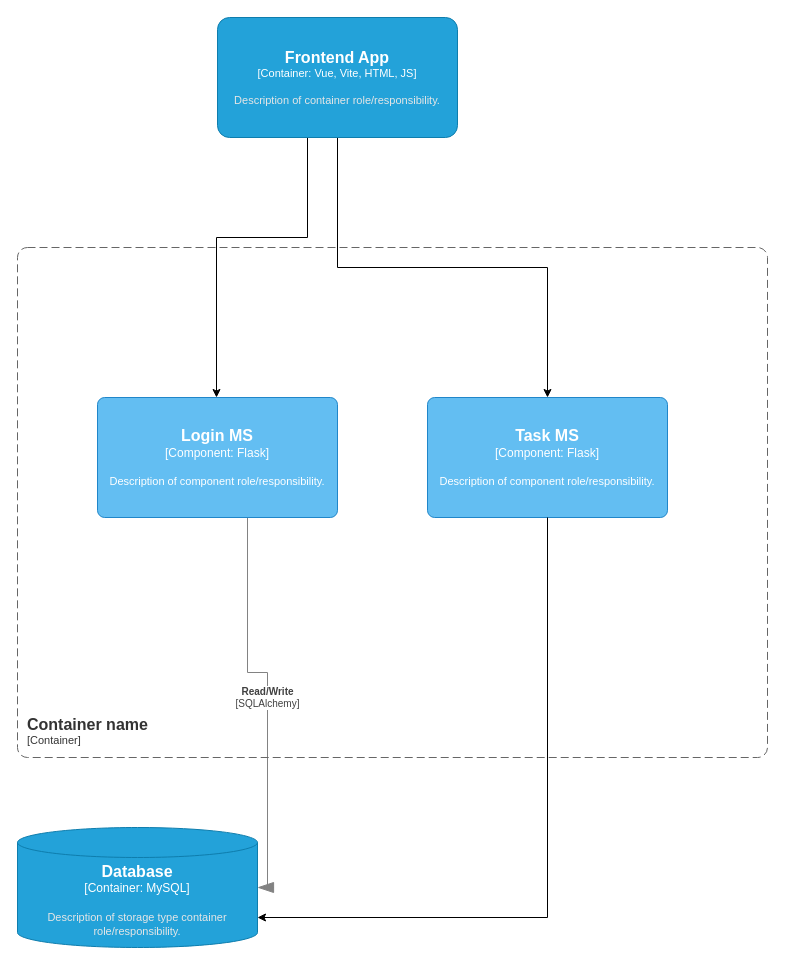
This is page "C3" (3 of 4) of C4.drawio from casecasee/SPM-G8T5, a draw.io file, before an edit. Source tidied: cells renumbered, new cells numbered last; positions are measured from the earlier drawing's top-left corner, leaving out a move shared by most shapes. Both pictures are drawn from the tidied source at 100%, with x=0, y=0 at pixel (17, 17).
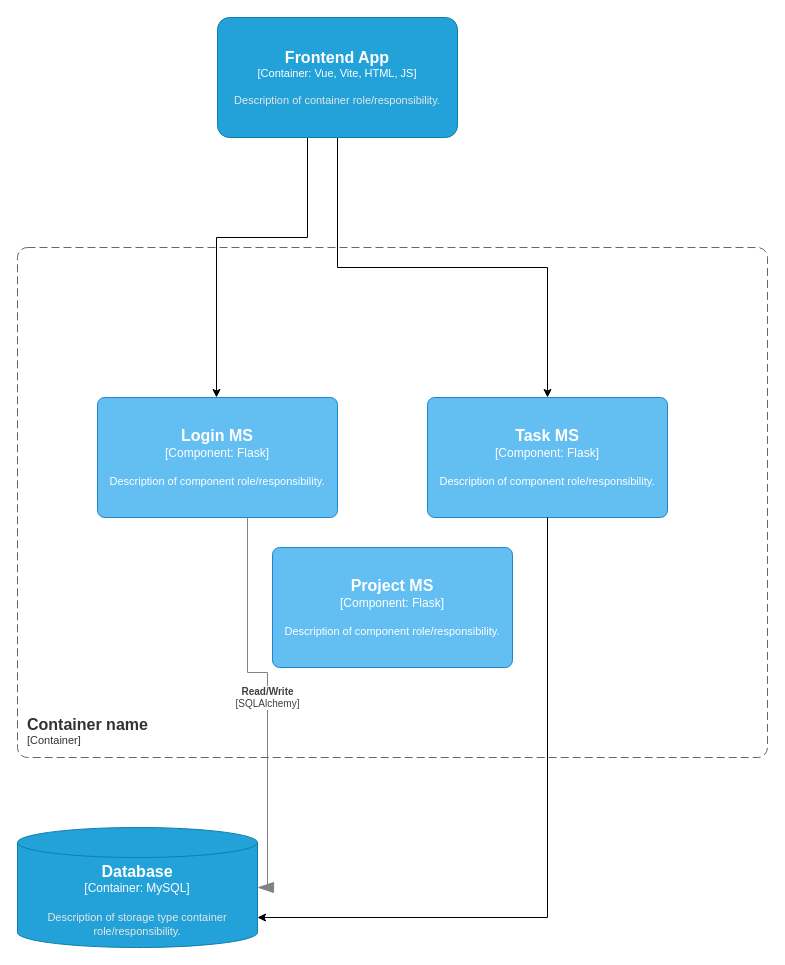
The same diagram, later.

Diff of the diagram source:
```diff
@@
 <mxGraphModel>
   <root>
     <mxCell id="0" />
     <mxCell id="1" parent="0" />
     <mxCell id="2" style="edgeStyle=orthogonalEdgeStyle;rounded=0;jettySize=auto;html=1;exitX=0.375;exitY=1;exitDx=0;exitDy=0;exitPerimeter=0;" parent="1" edge="1" source="4">
       <mxGeometry relative="1" as="geometry">
         <mxPoint x="199" y="380" as="targetPoint" />
         <Array as="points">
           <mxPoint x="290" y="220" />
           <mxPoint x="199" y="220" />
         </Array>
       </mxGeometry>
     </mxCell>
     <mxCell id="3" style="edgeStyle=orthogonalEdgeStyle;rounded=0;jettySize=auto;html=1;" parent="1" edge="1" source="4" target="9">
       <mxGeometry relative="1" as="geometry" />
     </mxCell>
     <object id="4" label="&lt;font style=&quot;font-size: 16px&quot;&gt;&lt;b&gt;%c4Name%&lt;/b&gt;&lt;/font&gt;&lt;div&gt;[%c4Type%: %c4Technology%]&lt;/div&gt;&lt;br&gt;&lt;div&gt;&lt;font style=&quot;font-size: 11px&quot;&gt;&lt;font color=&quot;#E6E6E6&quot;&gt;%c4Description%&lt;/font&gt;&lt;/div&gt;" c4Description="Description of container role/responsibility." c4Name="Frontend App" c4Technology="Vue, Vite, HTML, JS" c4Type="Container" placeholders="1">
       <mxCell style="rounded=1;whiteSpace=wrap;html=1;fontSize=11;labelBackgroundColor=none;fillColor=#23A2D9;fontColor=#ffffff;align=center;arcSize=10;strokeColor=#0E7DAD;points=[[0.25,0,0],[0.5,0,0],[0.75,0,0],[1,0.25,0],[1,0.5,0],[1,0.75,0],[0.75,1,0],[0.5,1,0],[0.25,1,0],[0,0.75,0],[0,0.5,0],[0,0.25,0]];" parent="1" vertex="1">
         <mxGeometry x="200" width="240" height="120" as="geometry" />
       </mxCell>
     </object>
     <object id="5" label="&lt;font style=&quot;font-size: 16px&quot;&gt;&lt;b&gt;%c4Name%&lt;/b&gt;&lt;/font&gt;&lt;div&gt;[%c4Type%:&amp;nbsp;%c4Technology%]&lt;/div&gt;&lt;br&gt;&lt;div&gt;&lt;font style=&quot;font-size: 11px&quot;&gt;&lt;font color=&quot;#E6E6E6&quot;&gt;%c4Description%&lt;/font&gt;&lt;/div&gt;" c4Description="Description of storage type container role/responsibility." c4Name="Database" c4Technology="MySQL" c4Type="Container" placeholders="1">
       <mxCell style="shape=cylinder3;size=15;whiteSpace=wrap;html=1;boundedLbl=1;rounded=0;labelBackgroundColor=none;fillColor=#23A2D9;fontSize=12;fontColor=#ffffff;align=center;strokeColor=#0E7DAD;points=[[0.5,0,0],[1,0.25,0],[1,0.5,0],[1,0.75,0],[0.5,1,0],[0,0.75,0],[0,0.5,0],[0,0.25,0]];" parent="1" vertex="1">
         <mxGeometry y="810" width="240" height="120" as="geometry" />
       </mxCell>
     </object>
     <object id="6" label="&lt;div style=&quot;text-align: left&quot;&gt;&lt;div style=&quot;text-align: center&quot;&gt;&lt;b&gt;%c4Description%&lt;/b&gt;&lt;/div&gt;&lt;div style=&quot;text-align: center&quot;&gt;[%c4Technology%]&lt;/div&gt;&lt;/div&gt;" c4Description="Read/Write" c4Technology="SQLAlchemy" placeholders="1">
       <mxCell style="endArrow=blockThin;html=1;fontSize=10;fontColor=#404040;strokeWidth=1;endFill=1;strokeColor=#828282;elbow=vertical;endSize=14;startSize=14;jumpStyle=arc;jumpSize=16;rounded=0;edgeStyle=orthogonalEdgeStyle;entryX=1;entryY=0.5;entryDx=0;entryDy=0;entryPerimeter=0;exitX=0.625;exitY=1;exitDx=0;exitDy=0;exitPerimeter=0;" parent="1" edge="1" source="8" target="5">
         <mxGeometry relative="1" as="geometry" />
       </mxCell>
     </object>
     <object id="7" label="&lt;font style=&quot;font-size: 16px&quot;&gt;&lt;b&gt;&lt;div style=&quot;text-align: left&quot;&gt;%c4Name%&lt;/div&gt;&lt;/b&gt;&lt;/font&gt;&lt;div style=&quot;text-align: left&quot;&gt;[%c4Application%]&lt;/div&gt;" c4Application="Container" c4Name="Container name" placeholders="1">
       <mxCell style="rounded=1;fontSize=11;whiteSpace=wrap;html=1;dashed=1;arcSize=20;fillColor=none;strokeColor=#666666;fontColor=#333333;labelBackgroundColor=none;align=left;verticalAlign=bottom;labelBorderColor=none;spacingTop=0;spacing=10;dashPattern=8 4;perimeter=rectanglePerimeter;noLabel=0;labelPadding=0;absoluteArcSize=1;" parent="1" vertex="1">
         <mxGeometry y="230" width="750" height="510" as="geometry" />
       </mxCell>
     </object>
     <object id="8" label="&lt;font style=&quot;font-size: 16px&quot;&gt;&lt;b&gt;%c4Name%&lt;/b&gt;&lt;/font&gt;&lt;div&gt;[%c4Type%: %c4Technology%]&lt;/div&gt;&lt;br&gt;&lt;div&gt;&lt;font style=&quot;font-size: 11px&quot;&gt;%c4Description%&lt;/font&gt;&lt;/div&gt;" c4Description="Description of component role/responsibility." c4Name="Login MS" c4Technology="Flask" c4Type="Component" placeholders="1">
       <mxCell style="rounded=1;whiteSpace=wrap;html=1;labelBackgroundColor=none;fillColor=#63BEF2;fontColor=#ffffff;align=center;arcSize=6;strokeColor=#2086C9;points=[[0.25,0,0],[0.5,0,0],[0.75,0,0],[1,0.25,0],[1,0.5,0],[1,0.75,0],[0.75,1,0],[0.5,1,0],[0.25,1,0],[0,0.75,0],[0,0.5,0],[0,0.25,0]];" parent="1" vertex="1">
         <mxGeometry x="80" y="380" width="240" height="120" as="geometry" />
       </mxCell>
     </object>
     <object id="9" label="&lt;font style=&quot;font-size: 16px&quot;&gt;&lt;b&gt;%c4Name%&lt;/b&gt;&lt;/font&gt;&lt;div&gt;[%c4Type%: %c4Technology%]&lt;/div&gt;&lt;br&gt;&lt;div&gt;&lt;font style=&quot;font-size: 11px&quot;&gt;%c4Description%&lt;/font&gt;&lt;/div&gt;" c4Description="Description of component role/responsibility." c4Name="Task MS" c4Technology="Flask" c4Type="Component" placeholders="1">
       <mxCell style="rounded=1;whiteSpace=wrap;html=1;labelBackgroundColor=none;fillColor=#63BEF2;fontColor=#ffffff;align=center;arcSize=6;strokeColor=#2086C9;points=[[0.25,0,0],[0.5,0,0],[0.75,0,0],[1,0.25,0],[1,0.5,0],[1,0.75,0],[0.75,1,0],[0.5,1,0],[0.25,1,0],[0,0.75,0],[0,0.5,0],[0,0.25,0]];" parent="1" vertex="1">
         <mxGeometry x="410" y="380" width="240" height="120" as="geometry" />
       </mxCell>
     </object>
     <mxCell id="10" style="edgeStyle=orthogonalEdgeStyle;rounded=0;jettySize=auto;html=1;entryX=1;entryY=0.75;entryDx=0;entryDy=0;entryPerimeter=0;" parent="1" edge="1" source="9" target="5">
       <mxGeometry relative="1" as="geometry">
         <Array as="points">
           <mxPoint x="530" y="900" />
         </Array>
       </mxGeometry>
     </mxCell>
+    <object id="11" label="&lt;font style=&quot;font-size: 16px&quot;&gt;&lt;b&gt;%c4Name%&lt;/b&gt;&lt;/font&gt;&lt;div&gt;[%c4Type%: %c4Technology%]&lt;/div&gt;&lt;br&gt;&lt;div&gt;&lt;font style=&quot;font-size: 11px&quot;&gt;%c4Description%&lt;/font&gt;&lt;/div&gt;" c4Description="Description of component role/responsibility." c4Name="Project MS" c4Technology="Flask" c4Type="Component" placeholders="1">
+      <mxCell style="rounded=1;whiteSpace=wrap;html=1;labelBackgroundColor=none;fillColor=#63BEF2;fontColor=#ffffff;align=center;arcSize=6;strokeColor=#2086C9;" parent="1" vertex="1">
+        <mxGeometry x="255" y="530" width="240" height="120" as="geometry" />
+      </mxCell>
+    </object>
   </root>
 </mxGraphModel>
```
